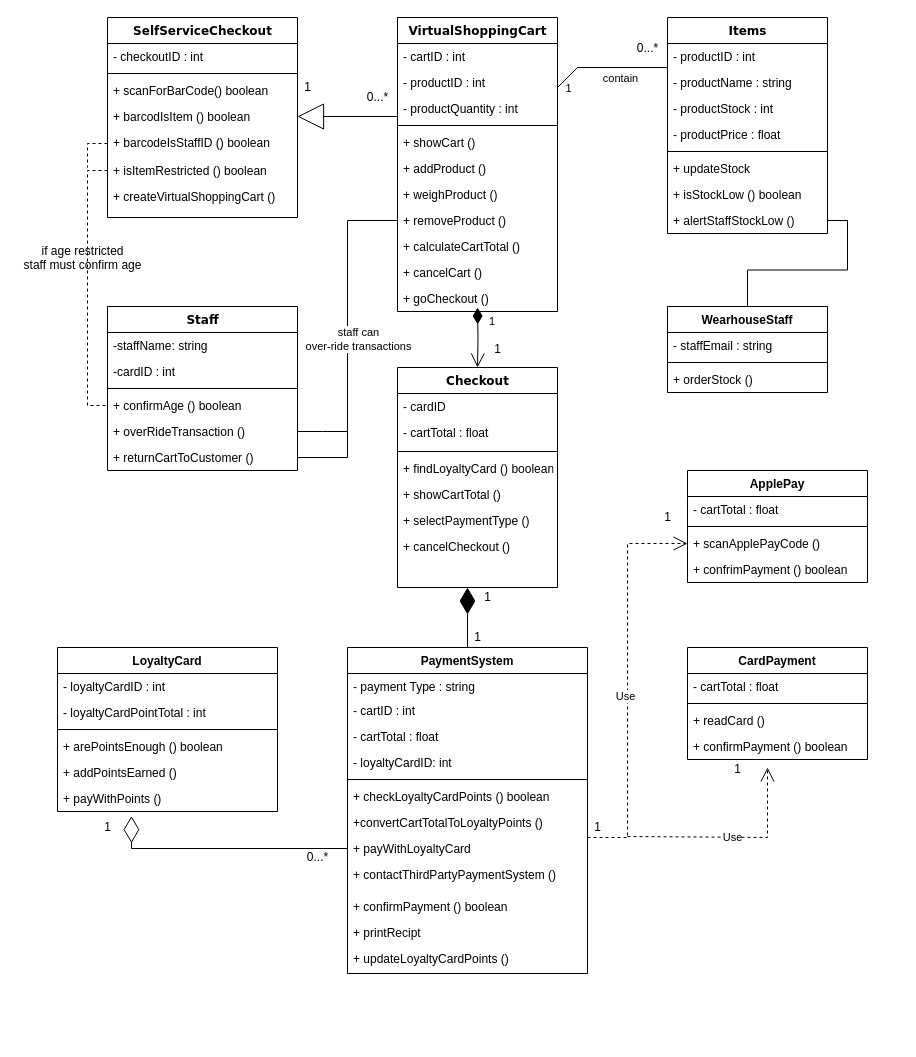
Above: SystemDiagram.drawio in Richard-A-llen/Python (draw.io), before the change. Source tidied: cells renumbered, new cells numbered last; positions are measured from the earlier drawing's top-left corner, leaving out a move shared by most shapes. Both pictures are drawn from the tidied source at 100%, with x=0, y=0 at pixel (17, 17).
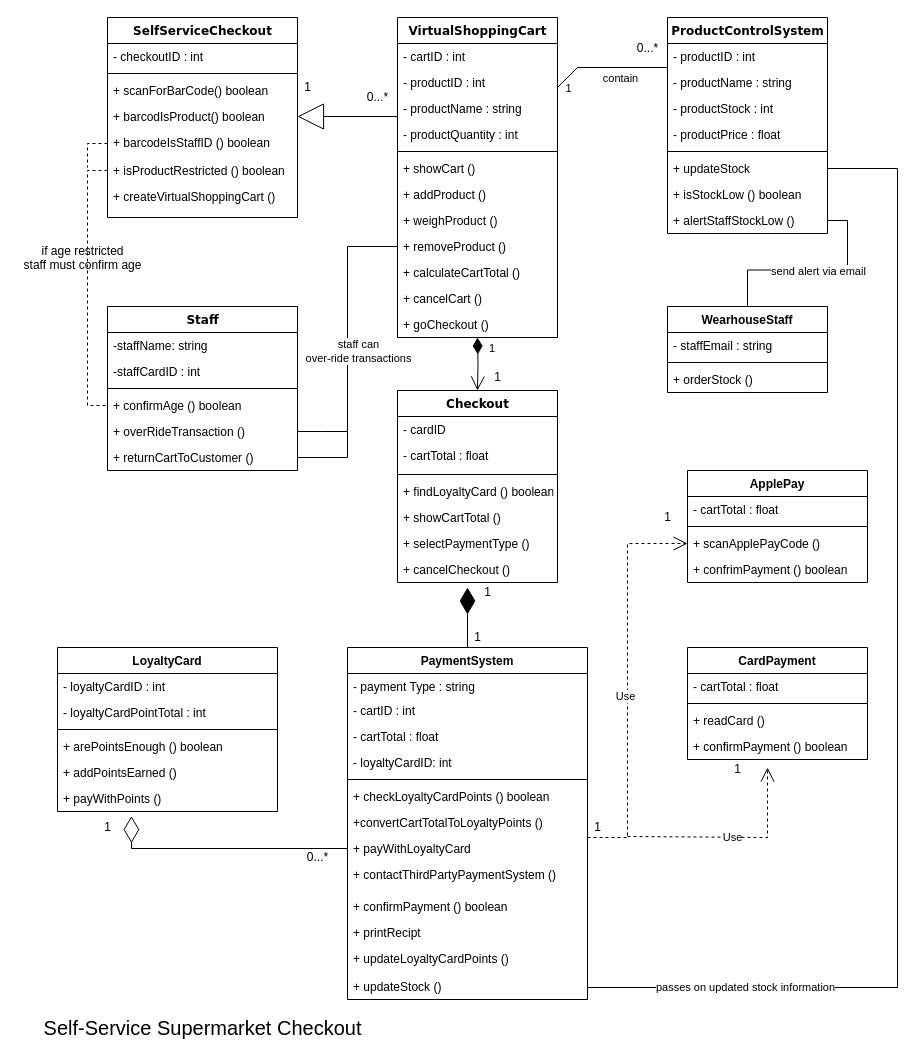
The same page after the edit.

Unchanged cells that the change refers to:
```xml
<mxCell id="2" value="SelfServiceCheckout" style="swimlane;html=1;fontStyle=1;align=center;verticalAlign=top;horizontal=1;startSize=26;swimlaneFillColor=#ffffff;rounded=0;shadow=0;comic=0;labelBackgroundColor=none;strokeWidth=1;fillColor=none;fontFamily=Verdana;fontSize=12;" parent="1" vertex="1">
  <mxGeometry x="90" width="190" height="200" as="geometry" />
</mxCell>
<mxCell id="22" value="Staff" style="swimlane;html=1;fontStyle=1;align=center;verticalAlign=top;horizontal=1;startSize=26;swimlaneFillColor=#ffffff;rounded=0;shadow=0;comic=0;labelBackgroundColor=none;strokeWidth=1;fillColor=none;fontFamily=Verdana;fontSize=12;" parent="1" vertex="1">
  <mxGeometry x="90" y="289" width="190" height="164" as="geometry" />
</mxCell>
<mxCell id="35" value="+ updateStock" style="text;html=1;strokeColor=none;fillColor=none;align=left;verticalAlign=top;spacingLeft=4;spacingRight=4;whiteSpace=wrap;overflow=hidden;points=[[0,0.5],[1,0.5]];portConstraint=eastwest;" parent="29" vertex="1">
  <mxGeometry y="138" width="160" height="26" as="geometry" />
</mxCell>
<mxCell id="51" style="edgeStyle=orthogonalEdgeStyle;rounded=0;jettySize=auto;html=1;exitX=0.5;exitY=0;exitDx=0;exitDy=0;labelBorderColor=none;startArrow=none;startFill=0;endArrow=none;endFill=0;targetPerimeterSpacing=0;" parent="1" edge="1" source="52" target="37">
  <mxGeometry relative="1" as="geometry" />
</mxCell>
```

Diff of the diagram source:
```diff
@@
-    <mxCell id="6" value="+ barcodIsItem () boolean&#10;" style="text;strokeColor=none;fillColor=none;align=left;verticalAlign=top;spacingLeft=4;spacingRight=4;overflow=hidden;points=[[0,0.5],[1,0.5]];portConstraint=eastwest;" parent="2" vertex="1">
+    <mxCell id="6" value="+ barcodIsProduct() boolean&#10;" style="text;strokeColor=none;fillColor=none;align=left;verticalAlign=top;spacingLeft=4;spacingRight=4;overflow=hidden;points=[[0,0.5],[1,0.5]];portConstraint=eastwest;" parent="2" vertex="1">
       <mxGeometry y="86" width="190" height="26" as="geometry" />
     </mxCell>
@@
-    <mxCell id="8" value="+ isItemRestricted () boolean " style="text;strokeColor=none;fillColor=none;align=left;verticalAlign=top;spacingLeft=4;spacingRight=4;overflow=hidden;points=[[0,0.5],[1,0.5]];portConstraint=eastwest;" parent="2" vertex="1">
+    <mxCell id="8" value="+ isProductRestricted () boolean " style="text;strokeColor=none;fillColor=none;align=left;verticalAlign=top;spacingLeft=4;spacingRight=4;overflow=hidden;points=[[0,0.5],[1,0.5]];portConstraint=eastwest;" parent="2" vertex="1">
       <mxGeometry y="140" width="190" height="26" as="geometry" />
     </mxCell>
@@
     <mxCell id="10" value="VirtualShoppingCart" style="swimlane;html=1;fontStyle=1;align=center;verticalAlign=top;horizontal=1;startSize=26;swimlaneFillColor=#ffffff;rounded=0;shadow=0;comic=0;labelBackgroundColor=none;strokeWidth=1;fillColor=none;fontFamily=Verdana;fontSize=12;" parent="1" vertex="1">
-      <mxGeometry x="380" width="160" height="294" as="geometry" />
+      <mxGeometry x="380" width="160" height="320" as="geometry" />
     </mxCell>
@@
+    <mxCell id="107" value="- productName : string" style="text;strokeColor=none;fillColor=none;align=left;verticalAlign=top;spacingLeft=4;spacingRight=4;overflow=hidden;" parent="10" vertex="1">
+      <mxGeometry y="78" width="160" height="26" as="geometry" />
+    </mxCell>
     <mxCell id="13" value="- productQuantity : int" style="text;html=1;strokeColor=none;fillColor=none;align=left;verticalAlign=top;spacingLeft=4;spacingRight=4;whiteSpace=wrap;overflow=hidden;" parent="10" vertex="1">
-      <mxGeometry y="78" width="160" height="26" as="geometry" />
+      <mxGeometry y="104" width="160" height="26" as="geometry" />
     </mxCell>
     <mxCell id="14" style="line;html=1;strokeWidth=1;fillColor=none;align=left;verticalAlign=middle;spacingTop=-1;spacingLeft=3;spacingRight=3;labelPosition=right;" parent="10" vertex="1">
-      <mxGeometry y="104" width="160" height="8" as="geometry" />
+      <mxGeometry y="130" width="160" height="8" as="geometry" />
     </mxCell>
     <mxCell id="15" value="+ showCart ()" style="text;html=1;strokeColor=none;fillColor=none;align=left;verticalAlign=top;spacingLeft=4;spacingRight=4;whiteSpace=wrap;overflow=hidden;" parent="10" vertex="1">
-      <mxGeometry y="112" width="160" height="26" as="geometry" />
+      <mxGeometry y="138" width="160" height="26" as="geometry" />
     </mxCell>
     <mxCell id="16" value="+ addProduct ()" style="text;html=1;strokeColor=none;fillColor=none;align=left;verticalAlign=top;spacingLeft=4;spacingRight=4;whiteSpace=wrap;overflow=hidden;" parent="10" vertex="1">
-      <mxGeometry y="138" width="160" height="26" as="geometry" />
+      <mxGeometry y="164" width="160" height="26" as="geometry" />
     </mxCell>
     <mxCell id="17" value="+ weighProduct ()" style="text;strokeColor=none;fillColor=none;align=left;verticalAlign=top;spacingLeft=4;spacingRight=4;overflow=hidden;" parent="10" vertex="1">
-      <mxGeometry y="164" width="160" height="26" as="geometry" />
+      <mxGeometry y="190" width="160" height="26" as="geometry" />
     </mxCell>
     <mxCell id="18" value="+ removeProduct ()&lt;br&gt;" style="text;html=1;strokeColor=none;fillColor=none;align=left;verticalAlign=top;spacingLeft=4;spacingRight=4;whiteSpace=wrap;overflow=hidden;points=[[0,0.5],[1,0.5]];portConstraint=eastwest;" parent="10" vertex="1">
-      <mxGeometry y="190" width="160" height="26" as="geometry" />
+      <mxGeometry y="216" width="160" height="26" as="geometry" />
     </mxCell>
     <mxCell id="19" value="+ calculateCartTotal ()" style="text;strokeColor=none;fillColor=none;align=left;verticalAlign=top;spacingLeft=4;spacingRight=4;overflow=hidden;" parent="10" vertex="1">
-      <mxGeometry y="216" width="160" height="26" as="geometry" />
+      <mxGeometry y="242" width="160" height="26" as="geometry" />
     </mxCell>
     <mxCell id="20" value="+ cancelCart ()" style="text;strokeColor=none;fillColor=none;align=left;verticalAlign=top;spacingLeft=4;spacingRight=4;overflow=hidden;" parent="10" vertex="1">
-      <mxGeometry y="242" width="160" height="26" as="geometry" />
+      <mxGeometry y="268" width="160" height="26" as="geometry" />
     </mxCell>
     <mxCell id="21" value="+ goCheckout ()" style="text;strokeColor=none;fillColor=none;align=left;verticalAlign=top;spacingLeft=4;spacingRight=4;overflow=hidden;" parent="10" vertex="1">
-      <mxGeometry y="268" width="160" height="26" as="geometry" />
+      <mxGeometry y="294" width="160" height="26" as="geometry" />
     </mxCell>
@@
-    <mxCell id="24" value="-cardID : int" style="text;html=1;strokeColor=none;fillColor=none;align=left;verticalAlign=top;spacingLeft=4;spacingRight=4;whiteSpace=wrap;overflow=hidden;" parent="22" vertex="1">
+    <mxCell id="24" value="-staffCardID : int" style="text;html=1;strokeColor=none;fillColor=none;align=left;verticalAlign=top;spacingLeft=4;spacingRight=4;whiteSpace=wrap;overflow=hidden;" parent="22" vertex="1">
       <mxGeometry y="52" width="190" height="26" as="geometry" />
     </mxCell>
@@
-    <mxCell id="29" value="Items" style="swimlane;html=1;fontStyle=1;align=center;verticalAlign=top;horizontal=1;startSize=26;swimlaneFillColor=#ffffff;rounded=0;shadow=0;comic=0;labelBackgroundColor=none;strokeWidth=1;fillColor=none;fontFamily=Verdana;fontSize=12;" parent="1" vertex="1">
+    <mxCell id="29" value="ProductControlSystem" style="swimlane;html=1;fontStyle=1;align=center;verticalAlign=top;horizontal=1;startSize=26;swimlaneFillColor=#ffffff;rounded=0;shadow=0;comic=0;labelBackgroundColor=none;strokeWidth=1;fillColor=none;fontFamily=Verdana;fontSize=12;" parent="1" vertex="1">
       <mxGeometry x="650" width="160" height="216" as="geometry" />
     </mxCell>
@@
     <mxCell id="43" value="Checkout" style="swimlane;html=1;fontStyle=1;align=center;verticalAlign=top;horizontal=1;startSize=26;swimlaneFillColor=#ffffff;rounded=0;shadow=0;comic=0;labelBackgroundColor=none;strokeWidth=1;fillColor=none;fontFamily=Verdana;fontSize=12;" parent="1" vertex="1">
-      <mxGeometry x="380" y="350" width="160" height="220" as="geometry" />
+      <mxGeometry x="380" y="373" width="160" height="192" as="geometry" />
     </mxCell>
@@
+    <mxCell id="108" value="send alert via email" style="edgeLabel;html=1;align=center;verticalAlign=middle;" parent="51" vertex="1">
+      <mxGeometry x="0.04" relative="1" as="geometry">
+        <mxPoint y="1" as="offset" />
+      </mxGeometry>
+    </mxCell>
@@
     <mxCell id="56" value="1" style="text;html=1;align=center;verticalAlign=middle;strokeColor=none;fillColor=none;" parent="1" vertex="1">
-      <mxGeometry x="470" y="322" width="20" height="20" as="geometry" />
+      <mxGeometry x="470" y="350" width="20" height="20" as="geometry" />
     </mxCell>
     <mxCell id="57" value="1" style="endArrow=open;html=1;endSize=12;startArrow=diamondThin;startSize=14;startFill=1;edgeStyle=orthogonalEdgeStyle;align=left;verticalAlign=bottom;rounded=0;targetPerimeterSpacing=0;entryX=0.5;entryY=0;entryDx=0;entryDy=0;" parent="1" edge="1" target="43">
       <mxGeometry x="-0.25" y="10" relative="1" as="geometry">
-        <mxPoint x="460" y="290" as="sourcePoint" />
+        <mxPoint x="460" y="320" as="sourcePoint" />
       </mxGeometry>
     </mxCell>
@@
     <mxCell id="73" value="PaymentSystem" style="swimlane;fontStyle=1;align=center;verticalAlign=top;horizontal=1;startSize=26;" parent="1" vertex="1">
-      <mxGeometry x="330" y="630" width="240" height="326" as="geometry" />
+      <mxGeometry x="330" y="630" width="240" height="352" as="geometry" />
     </mxCell>
@@
+    <mxCell id="109" value="+ updateStock ()" style="text;strokeColor=none;fillColor=none;align=left;verticalAlign=top;spacingLeft=4;spacingRight=4;overflow=hidden;" parent="73" vertex="1">
+      <mxGeometry y="326" width="240" height="26" as="geometry" />
+    </mxCell>
@@
     <mxCell id="105" value="1" style="text;html=1;align=center;verticalAlign=middle;strokeColor=none;fillColor=none;" parent="1" vertex="1">
-      <mxGeometry x="460" y="570" width="20" height="20" as="geometry" />
+      <mxGeometry x="460" y="565" width="20" height="20" as="geometry" />
     </mxCell>
@@
+    <mxCell id="110" style="endArrow=none;html=1;rounded=0;labelBorderColor=none;targetPerimeterSpacing=0;entryX=1;entryY=0.5;entryDx=0;entryDy=0;" parent="1" edge="1" target="35">
+      <mxGeometry relative="1" as="geometry">
+        <mxPoint x="570" y="970" as="sourcePoint" />
+        <Array as="points">
+          <mxPoint x="880" y="970" />
+          <mxPoint x="880" y="151" />
+        </Array>
+      </mxGeometry>
+    </mxCell>
+    <mxCell id="111" value="passes on updated stock information" style="edgeLabel;html=1;align=center;verticalAlign=middle;" parent="110" vertex="1">
+      <mxGeometry x="-0.85" y="-1" relative="1" as="geometry">
+        <mxPoint x="67" y="-2" as="offset" />
+      </mxGeometry>
+    </mxCell>
+    <mxCell id="112" value="&lt;font style=&quot;font-size: 20px&quot;&gt;Self-Service Supermarket Checkout&lt;/font&gt;" style="text;html=1;align=center;verticalAlign=middle;strokeColor=none;fillColor=none;" parent="1" vertex="1">
+      <mxGeometry x="20" y="1000" width="330" height="20" as="geometry" />
+    </mxCell>
```
